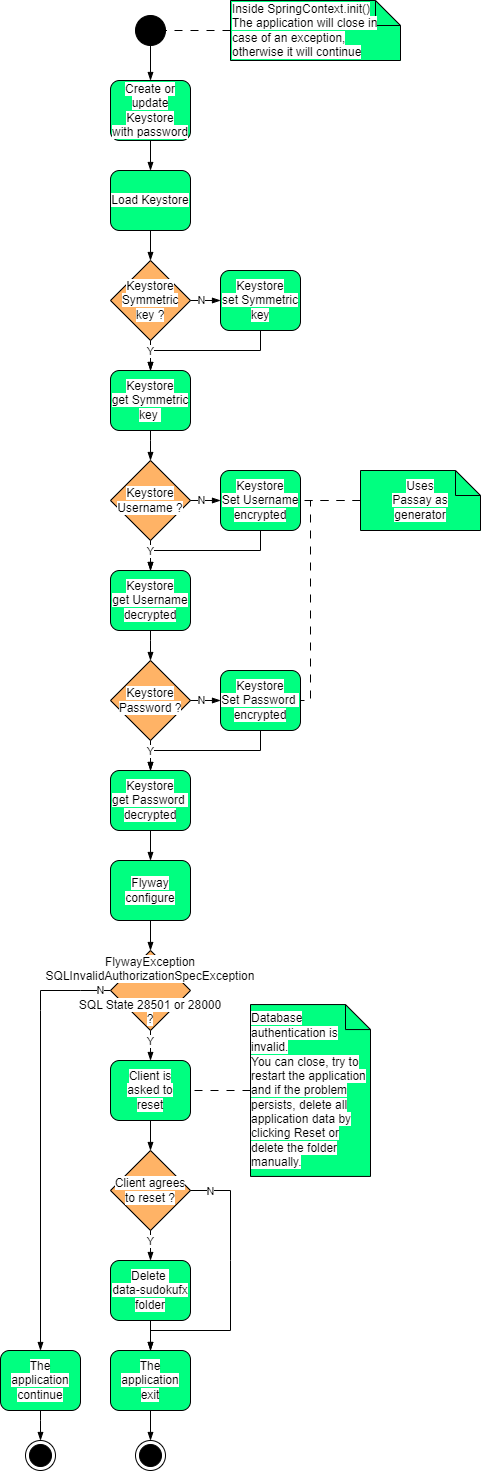
Before: .myresources/design_and_modeling/uml/activity/keystore.invalid.authorization.drawio.png, a diagram exported from draw.io (Lob2018/SudoFX2024). Source tidied: cells renumbered, new cells last; positions are measured from the earlier drawing's top-left corner, leaving out a move shared by most shapes.
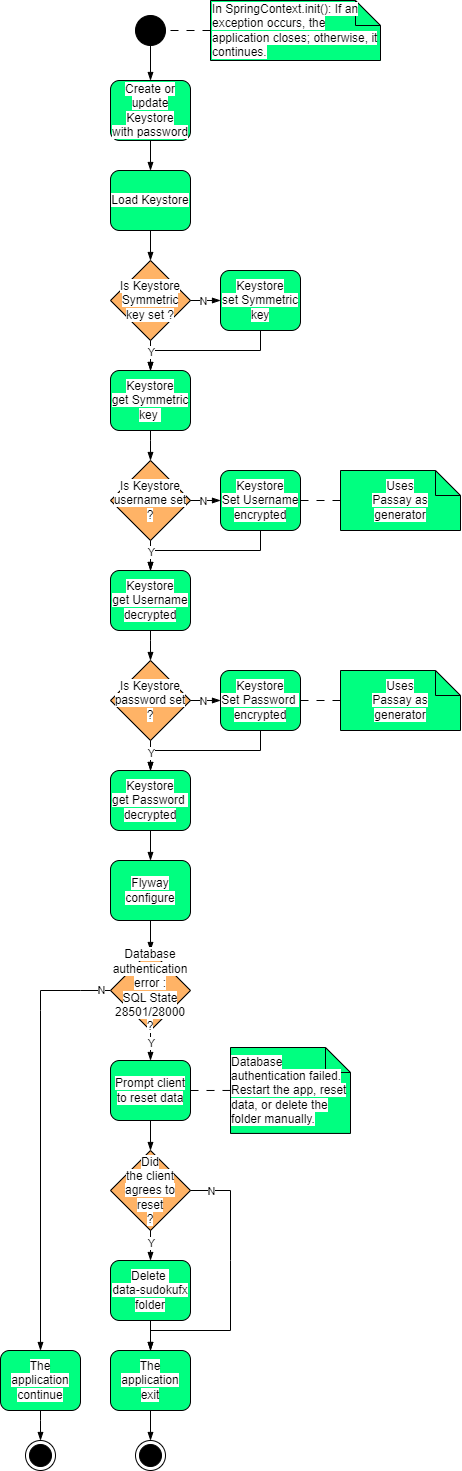
The same diagram one commit later.

What changed in the source:
```diff
@@ -19,7 +19,7 @@
     <mxCell id="5" value="&lt;span style=&quot;background-color: rgb(255, 255, 255);&quot;&gt;&lt;font color=&quot;#000000&quot;&gt;Create or update&lt;br&gt;Keystore &lt;br&gt;with password&lt;br&gt;&lt;/font&gt;&lt;/span&gt;" style="rounded=1;whiteSpace=wrap;html=1;fillColor=#00FF80;strokeColor=#000000;absoluteArcSize=0;" parent="1" vertex="1">
       <mxGeometry x="110" y="80" width="80" height="60" as="geometry" />
     </mxCell>
-    <mxCell id="6" value="&lt;span style=&quot;background-color: rgb(255, 255, 255);&quot;&gt;&lt;font color=&quot;#000000&quot;&gt;Keystore &lt;br&gt;Symmetric key ?&lt;/font&gt;&lt;/span&gt;" style="rhombus;whiteSpace=wrap;html=1;fillColor=#FFB366;strokeColor=#000000;" parent="1" vertex="1">
+    <mxCell id="6" value="&lt;span style=&quot;background-color: rgb(255, 255, 255);&quot;&gt;&lt;font color=&quot;#000000&quot;&gt;Is Keystore &lt;br&gt;Symmetric key set ?&lt;/font&gt;&lt;/span&gt;" style="rhombus;whiteSpace=wrap;html=1;fillColor=#FFB366;strokeColor=#000000;" parent="1" vertex="1">
       <mxGeometry x="110" y="260" width="80" height="80" as="geometry" />
     </mxCell>
     <mxCell id="7" style="edgeStyle=none;html=1;strokeColor=#000000;endArrow=blockThin;endFill=1;entryX=0;entryY=0.5;entryDx=0;entryDy=0;rounded=0;exitX=1;exitY=0.5;exitDx=0;exitDy=0;" parent="1" edge="1" source="6" target="3">
@@ -49,7 +49,7 @@
     <mxCell id="15" value="&lt;span style=&quot;background-color: rgb(255, 255, 255);&quot;&gt;&lt;font color=&quot;#000000&quot;&gt;Keystore&lt;br&gt;get Username&lt;br&gt;&lt;/font&gt;&lt;/span&gt;&lt;span style=&quot;background-color: rgb(255, 255, 255);&quot;&gt;&lt;font color=&quot;#000000&quot;&gt;decrypted&lt;br&gt;&lt;/font&gt;&lt;/span&gt;" style="rounded=1;whiteSpace=wrap;html=1;fillColor=#00FF80;strokeColor=#000000;" parent="1" vertex="1">
       <mxGeometry x="110" y="570" width="80" height="60" as="geometry" />
     </mxCell>
-    <mxCell id="16" value="&lt;span style=&quot;background-color: rgb(255, 255, 255);&quot;&gt;&lt;font color=&quot;#000000&quot;&gt;Keystore&lt;br&gt;Username ?&lt;br&gt;&lt;/font&gt;&lt;/span&gt;" style="rhombus;whiteSpace=wrap;html=1;fillColor=#FFB366;strokeColor=#000000;" parent="1" vertex="1">
+    <mxCell id="16" value="&lt;span style=&quot;background-color: rgb(255, 255, 255);&quot;&gt;&lt;font color=&quot;#000000&quot;&gt;Is Keystore username set ?&lt;br&gt;&lt;/font&gt;&lt;/span&gt;" style="rhombus;whiteSpace=wrap;html=1;fillColor=#FFB366;strokeColor=#000000;" parent="1" vertex="1">
       <mxGeometry x="110" y="460" width="80" height="80" as="geometry" />
     </mxCell>
     <mxCell id="17" value="&lt;span style=&quot;background-color: rgb(255, 255, 255);&quot;&gt;&lt;font color=&quot;#000000&quot;&gt;Keystore&lt;br&gt;Set Username&lt;br&gt;&lt;/font&gt;&lt;/span&gt;&lt;span style=&quot;background-color: rgb(255, 255, 255);&quot;&gt;&lt;font color=&quot;#000000&quot;&gt;encrypted&lt;br&gt;&lt;/font&gt;&lt;/span&gt;" style="rounded=1;whiteSpace=wrap;html=1;fillColor=#00FF80;strokeColor=#000000;" parent="1" vertex="1">
@@ -121,13 +121,13 @@
     <mxCell id="34" style="edgeStyle=none;html=1;strokeColor=#000000;endArrow=none;endFill=0;entryX=1;entryY=0.5;entryDx=0;entryDy=0;rounded=0;exitX=0;exitY=0.5;exitDx=0;exitDy=0;exitPerimeter=0;dashed=1;dashPattern=8 8;" parent="1" edge="1" source="35" target="33">
       <mxGeometry relative="1" as="geometry" />
     </mxCell>
-    <mxCell id="35" value="&lt;span style=&quot;color: rgb(0, 0, 0); background-color: rgb(255, 255, 255);&quot;&gt;Inside SpringContext&lt;/span&gt;&lt;span style=&quot;color: rgb(0, 0, 0); background-color: rgb(255, 255, 255);&quot;&gt;.init()&lt;br&gt;&lt;/span&gt;&lt;font style=&quot;background-color: rgb(255, 255, 255);&quot; color=&quot;#000000&quot;&gt;The application will close in case of an exception, otherwise it will continue&lt;/font&gt;" style="shape=note2;boundedLbl=1;whiteSpace=wrap;html=1;size=25;verticalAlign=middle;align=left;rounded=1;strokeColor=#000000;fillColor=#00FF80;" parent="1" vertex="1">
-      <mxGeometry x="230" width="170" height="60" as="geometry" />
+    <mxCell id="35" value="&lt;font style=&quot;background-color: rgb(255, 255, 255);&quot; color=&quot;#000000&quot;&gt;In SpringContext.init(): If an exception occurs, the application closes; otherwise, it continues.&lt;/font&gt;" style="shape=note2;boundedLbl=1;whiteSpace=wrap;html=1;size=25;verticalAlign=middle;align=left;rounded=1;strokeColor=#000000;fillColor=#00FF80;" parent="1" vertex="1">
+      <mxGeometry x="210" width="170" height="60" as="geometry" />
     </mxCell>
-    <mxCell id="36" value="&lt;span style=&quot;background-color: rgb(255, 255, 255);&quot;&gt;&lt;font color=&quot;#000000&quot;&gt;Client agrees&lt;br&gt;to reset ?&lt;br&gt;&lt;/font&gt;&lt;/span&gt;" style="rhombus;whiteSpace=wrap;html=1;fillColor=#FFB366;strokeColor=#000000;" parent="1" vertex="1">
+    <mxCell id="36" value="&lt;span style=&quot;background-color: rgb(255, 255, 255);&quot;&gt;&lt;font color=&quot;#000000&quot;&gt;Did&lt;br&gt;the client agrees to reset&lt;br&gt;?&lt;br&gt;&lt;/font&gt;&lt;/span&gt;" style="rhombus;whiteSpace=wrap;html=1;fillColor=#FFB366;strokeColor=#000000;" parent="1" vertex="1">
       <mxGeometry x="110" y="1150" width="80" height="80" as="geometry" />
     </mxCell>
-    <mxCell id="37" value="&lt;span style=&quot;background-color: rgb(255, 255, 255);&quot;&gt;&lt;font color=&quot;#000000&quot;&gt;Client is asked to&lt;br&gt;reset&lt;br&gt;&lt;/font&gt;&lt;/span&gt;" style="rounded=1;whiteSpace=wrap;html=1;fillColor=#00FF80;strokeColor=#000000;" parent="1" vertex="1">
+    <mxCell id="37" value="&lt;span style=&quot;background-color: rgb(255, 255, 255);&quot;&gt;&lt;font color=&quot;#000000&quot;&gt;Prompt client to reset data&lt;br&gt;&lt;/font&gt;&lt;/span&gt;" style="rounded=1;whiteSpace=wrap;html=1;fillColor=#00FF80;strokeColor=#000000;" parent="1" vertex="1">
       <mxGeometry x="110" y="1060" width="80" height="60" as="geometry" />
     </mxCell>
     <mxCell id="38" style="edgeStyle=none;html=1;strokeColor=#000000;endArrow=blockThin;endFill=1;rounded=0;exitX=0.5;exitY=1;exitDx=0;exitDy=0;entryX=0.5;entryY=0;entryDx=0;entryDy=0;" parent="1" edge="1" source="36" target="29">
@@ -157,7 +157,7 @@
     <mxCell id="43" value="&lt;span style=&quot;background-color: rgb(255, 255, 255);&quot;&gt;&lt;font color=&quot;#000000&quot;&gt;Keystore&lt;br&gt;get&amp;nbsp;&lt;/font&gt;&lt;/span&gt;&lt;span style=&quot;color: rgb(0, 0, 0); background-color: rgb(255, 255, 255);&quot;&gt;Password&amp;nbsp;&lt;br&gt;&lt;/span&gt;&lt;span style=&quot;color: rgb(0, 0, 0); background-color: rgb(255, 255, 255);&quot;&gt;decrypted&lt;/span&gt;&lt;span style=&quot;background-color: rgb(255, 255, 255);&quot;&gt;&lt;font color=&quot;#000000&quot;&gt;&lt;br&gt;&lt;/font&gt;&lt;/span&gt;" style="rounded=1;whiteSpace=wrap;html=1;fillColor=#00FF80;strokeColor=#000000;" parent="1" vertex="1">
       <mxGeometry x="110" y="770" width="80" height="60" as="geometry" />
     </mxCell>
-    <mxCell id="44" value="&lt;span style=&quot;background-color: rgb(255, 255, 255);&quot;&gt;&lt;font color=&quot;#000000&quot;&gt;Keystore&lt;br&gt;Password ?&lt;br&gt;&lt;/font&gt;&lt;/span&gt;" style="rhombus;whiteSpace=wrap;html=1;fillColor=#FFB366;strokeColor=#000000;" parent="1" vertex="1">
+    <mxCell id="44" value="&lt;span style=&quot;background-color: rgb(255, 255, 255);&quot;&gt;&lt;font color=&quot;#000000&quot;&gt;Is Keystore&lt;br&gt;password set ?&lt;br&gt;&lt;/font&gt;&lt;/span&gt;" style="rhombus;whiteSpace=wrap;html=1;fillColor=#FFB366;strokeColor=#000000;" parent="1" vertex="1">
       <mxGeometry x="110" y="660" width="80" height="80" as="geometry" />
     </mxCell>
     <mxCell id="45" value="&lt;span style=&quot;background-color: rgb(255, 255, 255);&quot;&gt;&lt;font color=&quot;#000000&quot;&gt;Keystore&lt;br&gt;Set&amp;nbsp;&lt;/font&gt;&lt;/span&gt;&lt;span style=&quot;color: rgb(0, 0, 0); background-color: rgb(255, 255, 255);&quot;&gt;Password&amp;nbsp;&lt;br&gt;&lt;/span&gt;&lt;span style=&quot;color: rgb(0, 0, 0); background-color: rgb(255, 255, 255);&quot;&gt;encrypted&lt;/span&gt;&lt;span style=&quot;background-color: rgb(255, 255, 255);&quot;&gt;&lt;font color=&quot;#000000&quot;&gt;&lt;br&gt;&lt;/font&gt;&lt;/span&gt;" style="rounded=1;whiteSpace=wrap;html=1;fillColor=#00FF80;strokeColor=#000000;" parent="1" vertex="1">
@@ -191,8 +191,8 @@
     <mxCell id="52" style="edgeStyle=none;html=1;strokeColor=#000000;endArrow=none;endFill=0;rounded=0;exitX=0;exitY=0.5;exitDx=0;exitDy=0;exitPerimeter=0;dashed=1;dashPattern=8 8;entryX=1;entryY=0.5;entryDx=0;entryDy=0;" parent="1" edge="1" source="53" target="37">
       <mxGeometry relative="1" as="geometry" />
     </mxCell>
-    <mxCell id="53" value="&lt;div style=&quot;text-align: left;&quot;&gt;&lt;div&gt;&lt;font style=&quot;background-color: rgb(255, 255, 255);&quot; color=&quot;#000000&quot;&gt;Database authentication is invalid.&lt;/font&gt;&lt;/div&gt;&lt;div&gt;&lt;font style=&quot;background-color: rgb(255, 255, 255);&quot; color=&quot;#000000&quot;&gt;You can close, try to restart the application and if the problem persists, delete all application data by clicking Reset or delete the folder manually.&lt;/font&gt;&lt;/div&gt;&lt;/div&gt;" style="shape=note2;boundedLbl=1;whiteSpace=wrap;html=1;size=25;verticalAlign=middle;align=center;rounded=1;strokeColor=#000000;fillColor=#00FF80;" parent="1" vertex="1">
-      <mxGeometry x="250" y="1004.1" width="120" height="171.9" as="geometry" />
+    <mxCell id="53" value="&lt;div style=&quot;text-align: left;&quot;&gt;&lt;font style=&quot;background-color: rgb(255, 255, 255);&quot; color=&quot;#000000&quot;&gt;Database authentication failed. Restart the app, reset data, or delete the folder manually.&lt;/font&gt;&lt;br&gt;&lt;/div&gt;" style="shape=note2;boundedLbl=1;whiteSpace=wrap;html=1;size=25;verticalAlign=middle;align=center;rounded=1;strokeColor=#000000;fillColor=#00FF80;" parent="1" vertex="1">
+      <mxGeometry x="230" y="1047" width="120" height="85.9" as="geometry" />
     </mxCell>
     <mxCell id="54" style="edgeStyle=none;html=1;strokeColor=#000000;endArrow=none;endFill=0;entryX=1;entryY=0.5;entryDx=0;entryDy=0;rounded=0;exitX=0;exitY=0.5;exitDx=0;exitDy=0;exitPerimeter=0;dashed=1;dashPattern=8 8;" parent="1" edge="1" source="55">
       <mxGeometry relative="1" as="geometry">
@@ -200,13 +200,11 @@
       </mxGeometry>
     </mxCell>
     <mxCell id="55" value="&lt;font style=&quot;background-color: rgb(255, 255, 255);&quot; color=&quot;#000000&quot;&gt;Uses&lt;br&gt;Passay as&lt;br&gt;generator&lt;/font&gt;" style="shape=note2;boundedLbl=1;whiteSpace=wrap;html=1;size=25;verticalAlign=middle;align=center;rounded=1;strokeColor=#000000;fillColor=#00FF80;" parent="1" vertex="1">
-      <mxGeometry x="360" y="470" width="120" height="60" as="geometry" />
+      <mxGeometry x="340" y="470" width="120" height="60" as="geometry" />
     </mxCell>
-    <mxCell id="56" style="edgeStyle=none;html=1;strokeColor=#000000;endArrow=none;endFill=0;entryX=1;entryY=0.5;entryDx=0;entryDy=0;rounded=0;exitX=0;exitY=0.5;exitDx=0;exitDy=0;exitPerimeter=0;dashed=1;dashPattern=8 8;" parent="1" edge="1" source="55" target="45">
+    <mxCell id="56" style="edgeStyle=none;html=1;strokeColor=#000000;endArrow=none;endFill=0;entryX=1;entryY=0.5;entryDx=0;entryDy=0;rounded=0;exitX=0;exitY=0.5;exitDx=0;exitDy=0;exitPerimeter=0;dashed=1;dashPattern=8 8;" parent="1" edge="1" source="64" target="45">
       <mxGeometry relative="1" as="geometry">
         <Array as="points">
-          <mxPoint x="350" y="500" />
-          <mxPoint x="310" y="500" />
           <mxPoint x="310" y="700" />
         </Array>
       </mxGeometry>
@@ -239,11 +237,14 @@
         </Array>
       </mxGeometry>
     </mxCell>
-    <mxCell id="62" value="&lt;span style=&quot;color: rgb(0, 0, 0); background-color: rgb(255, 255, 255);&quot;&gt;FlywayException&lt;/span&gt;&lt;font color=&quot;#000000&quot;&gt;&lt;span style=&quot;background-color: rgb(255, 255, 255);&quot;&gt;&lt;br&gt;SQLInvalidAuthorizationSpecException&lt;br&gt;&lt;br&gt;SQL State 28501 or 28000&lt;br&gt;?&lt;/span&gt;&lt;/font&gt;" style="rhombus;whiteSpace=wrap;html=1;fillColor=#FFB366;strokeColor=#000000;" parent="1" vertex="1">
+    <mxCell id="62" value="&lt;font color=&quot;#000000&quot;&gt;&lt;span style=&quot;background-color: rgb(255, 255, 255);&quot;&gt;Database authentication error :&lt;br&gt;SQL State 28501/28000&lt;br&gt;?&lt;/span&gt;&lt;/font&gt;" style="rhombus;whiteSpace=wrap;html=1;fillColor=#FFB366;strokeColor=#000000;" parent="1" vertex="1">
       <mxGeometry x="110" y="950" width="80" height="80" as="geometry" />
     </mxCell>
     <mxCell id="63" style="ellipse;html=1;shape=endState;fillColor=strokeColor;strokeColor=#000000;" parent="1" vertex="1">
       <mxGeometry x="25" y="1440" width="30" height="30" as="geometry" />
     </mxCell>
+    <mxCell id="64" value="&lt;font style=&quot;background-color: rgb(255, 255, 255);&quot; color=&quot;#000000&quot;&gt;Uses&lt;br&gt;Passay as&lt;br&gt;generator&lt;/font&gt;" style="shape=note2;boundedLbl=1;whiteSpace=wrap;html=1;size=25;verticalAlign=middle;align=center;rounded=1;strokeColor=#000000;fillColor=#00FF80;" parent="1" vertex="1">
+      <mxGeometry x="340" y="670" width="120" height="60" as="geometry" />
+    </mxCell>
   </root>
 </mxGraphModel>
```
